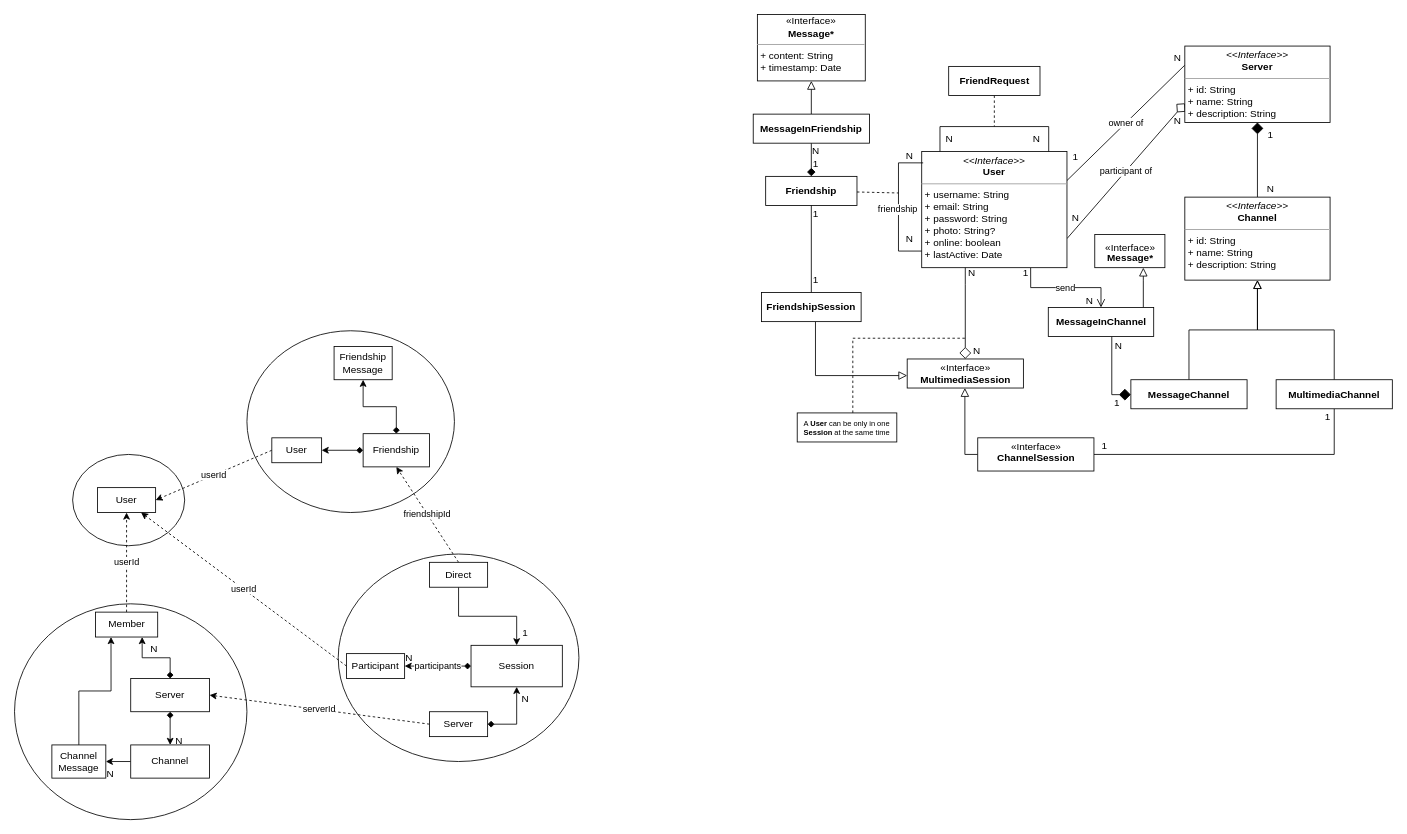
The draw.io diagram page "Domain" (7 of 7) of resources/schema.drawio in zucchero-sintattico/piper-kt, before the edit. Source tidied: cells renumbered, new cells numbered last; positions are measured from the earlier drawing's top-left corner, leaving out a move shared by most shapes. Both pictures are drawn from the tidied source at 83%, with x=0, y=0 at pixel (14, 14).
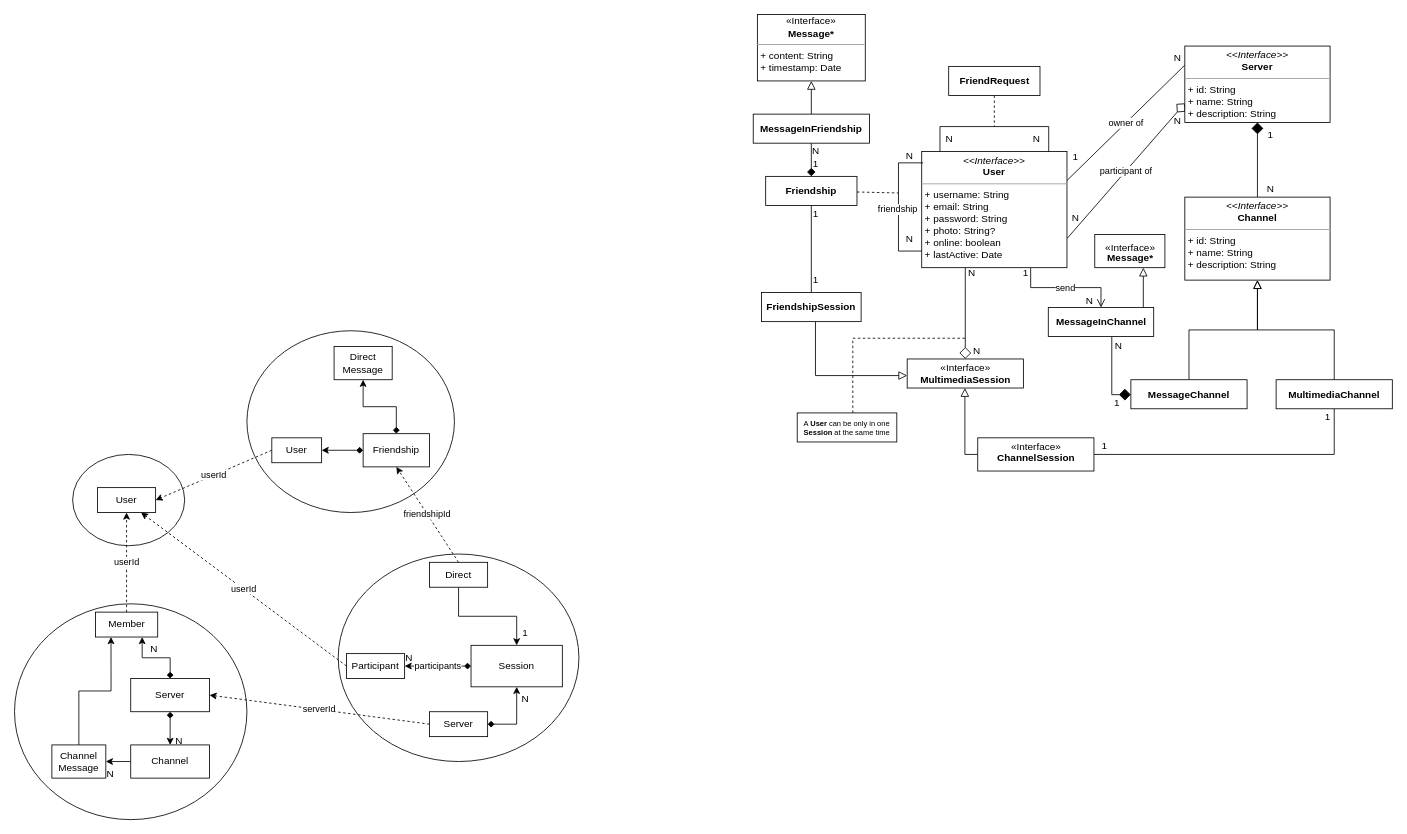
The same diagram, later.

What changed in the source:
```diff
@@
-    <mxCell id="87" value="Friendship Message" style="html=1;whiteSpace=wrap;" parent="1" vertex="1">
+    <mxCell id="87" value="Direct Message" style="html=1;whiteSpace=wrap;" parent="1" vertex="1">
       <mxGeometry x="385" y="400" width="70" height="40" as="geometry" />
     </mxCell>
```
